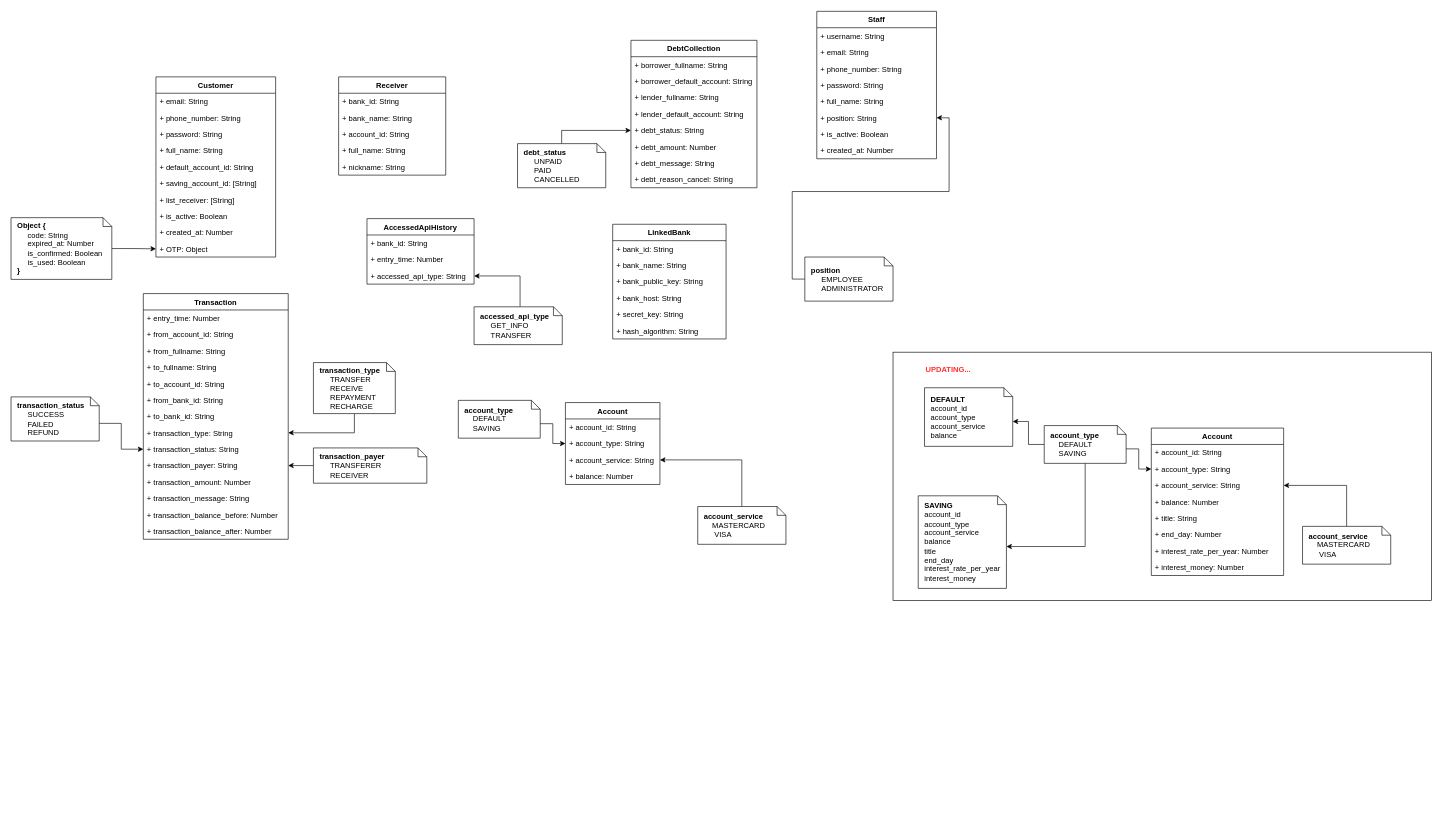
This is 03_Design/01_Data/InternetBanking.drawio from imdotnhsang/AWAD_NNDK_08, a draw.io file, before an edit. Source tidied: cells renumbered, new cells numbered last; positions are measured from the earlier drawing's top-left corner, leaving out a move shared by most shapes. Both pictures are drawn from the tidied source at 63%, with x=0, y=0 at pixel (11, 11).
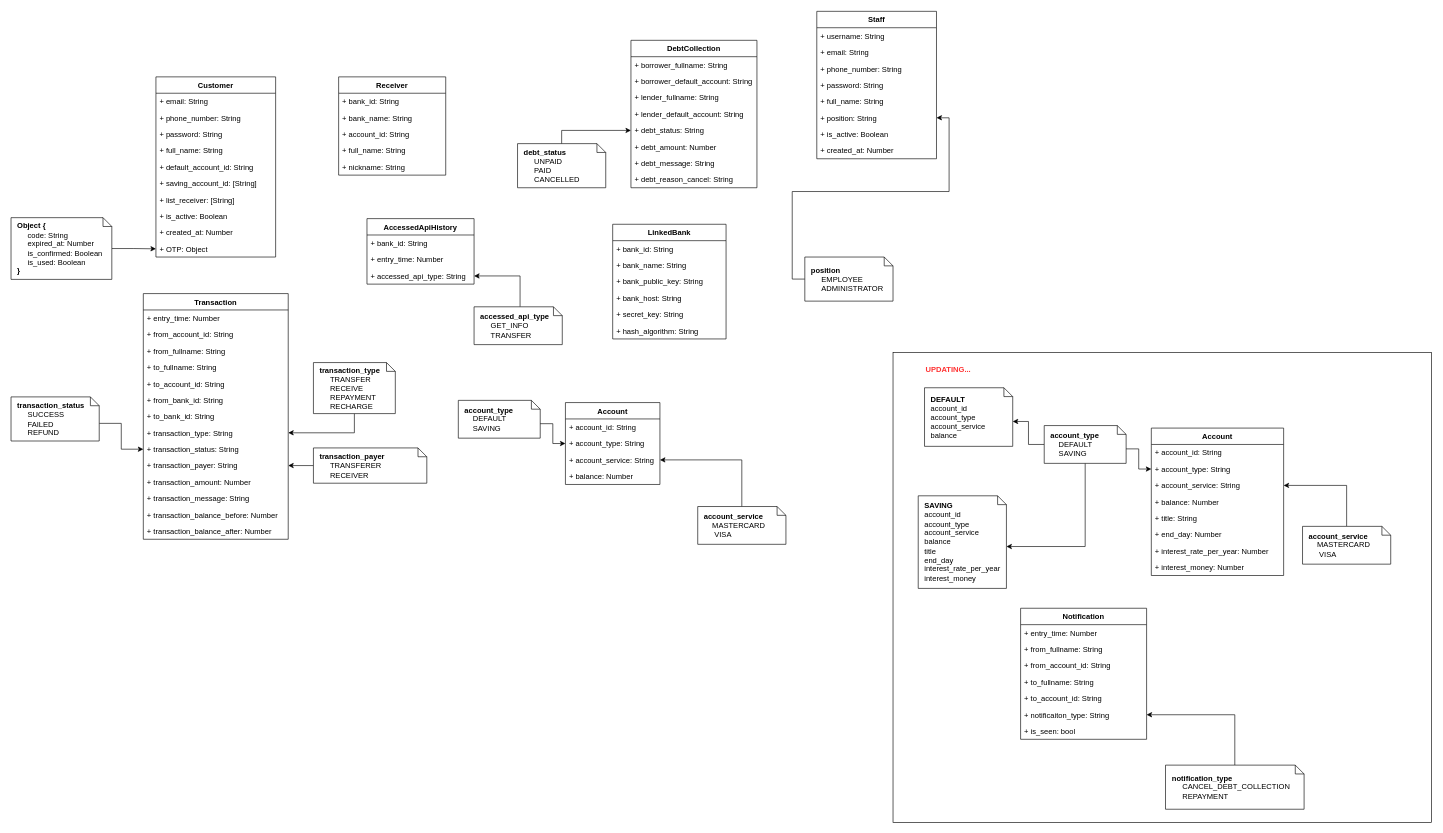
After the change.

The edit, as a diff of the source:
```diff
@@
     <mxCell id="104" style="rounded=0;whiteSpace=wrap;html=1;fontColor=#FF3333;fillColor=none;" parent="1" vertex="1">
-      <mxGeometry x="1400" y="541.5" width="855" height="394" as="geometry" />
+      <mxGeometry x="1400" y="542" width="855" height="746" as="geometry" />
     </mxCell>
+    <mxCell id="105" value="Notification" style="swimlane;fontStyle=1;horizontal=1;startSize=26;fillColor=none;" parent="1" vertex="1">
+      <mxGeometry x="1602.5" y="948" width="200" height="208" as="geometry" />
+    </mxCell>
+    <mxCell id="106" value="+ entry_time: Number" style="text;strokeColor=none;fillColor=none;align=left;verticalAlign=top;spacingLeft=4;spacingRight=4;overflow=hidden;" parent="105" vertex="1">
+      <mxGeometry y="26" width="200" height="26" as="geometry" />
+    </mxCell>
+    <mxCell id="107" value="+ from_fullname: String" style="text;strokeColor=none;fillColor=none;align=left;verticalAlign=top;spacingLeft=4;spacingRight=4;overflow=hidden;" parent="105" vertex="1">
+      <mxGeometry y="52" width="200" height="26" as="geometry" />
+    </mxCell>
+    <mxCell id="108" value="+ from_account_id: String" style="text;strokeColor=none;fillColor=none;align=left;verticalAlign=top;spacingLeft=4;spacingRight=4;overflow=hidden;" parent="105" vertex="1">
+      <mxGeometry y="78" width="200" height="26" as="geometry" />
+    </mxCell>
+    <mxCell id="109" value="+ to_fullname: String" style="text;strokeColor=none;fillColor=none;align=left;verticalAlign=top;spacingLeft=4;spacingRight=4;overflow=hidden;" parent="105" vertex="1">
+      <mxGeometry y="104" width="200" height="26" as="geometry" />
+    </mxCell>
+    <mxCell id="110" value="+ to_account_id: String" style="text;strokeColor=none;fillColor=none;align=left;verticalAlign=top;spacingLeft=4;spacingRight=4;overflow=hidden;" parent="105" vertex="1">
+      <mxGeometry y="130" width="200" height="26" as="geometry" />
+    </mxCell>
+    <mxCell id="111" value="+ notificaiton_type: String" style="text;strokeColor=none;fillColor=none;align=left;verticalAlign=top;spacingLeft=4;spacingRight=4;overflow=hidden;points=[[0,0.5],[1,0.5]];portConstraint=eastwest;" parent="105" vertex="1">
+      <mxGeometry y="156" width="200" height="26" as="geometry" />
+    </mxCell>
+    <mxCell id="112" value="+ is_seen: bool" style="text;strokeColor=none;fillColor=none;align=left;verticalAlign=top;spacingLeft=4;spacingRight=4;overflow=hidden;" parent="105" vertex="1">
+      <mxGeometry y="182" width="200" height="26" as="geometry" />
+    </mxCell>
+    <mxCell id="113" style="edgeStyle=orthogonalEdgeStyle;rounded=0;jettySize=auto;html=1;entryX=1;entryY=0.5;entryDx=0;entryDy=0;" parent="1" edge="1" source="114" target="111">
+      <mxGeometry relative="1" as="geometry" />
+    </mxCell>
+    <mxCell id="114" value="&lt;span&gt;&lt;b&gt;notification_type&lt;/b&gt;&lt;/span&gt;&lt;span&gt;&amp;nbsp; &amp;nbsp; &amp;nbsp; &amp;nbsp; &amp;nbsp; &amp;nbsp; &amp;nbsp; &amp;nbsp; &amp;nbsp; &amp;nbsp; &amp;nbsp; &amp;nbsp; &amp;nbsp; &amp;nbsp;&lt;br&gt;&amp;nbsp; &amp;nbsp; &amp;nbsp;CANCEL_DEBT_COLLECTION&lt;br&gt;&lt;/span&gt;&amp;nbsp; &amp;nbsp; &amp;nbsp;REPAYMENT&lt;span&gt;&lt;br&gt;&lt;/span&gt;" style="shape=note;whiteSpace=wrap;html=1;size=14;verticalAlign=middle;align=left;spacingTop=0;spacing=10;" parent="1" vertex="1">
+      <mxGeometry x="1832.5" y="1197" width="220" height="70" as="geometry" />
+    </mxCell>
```
